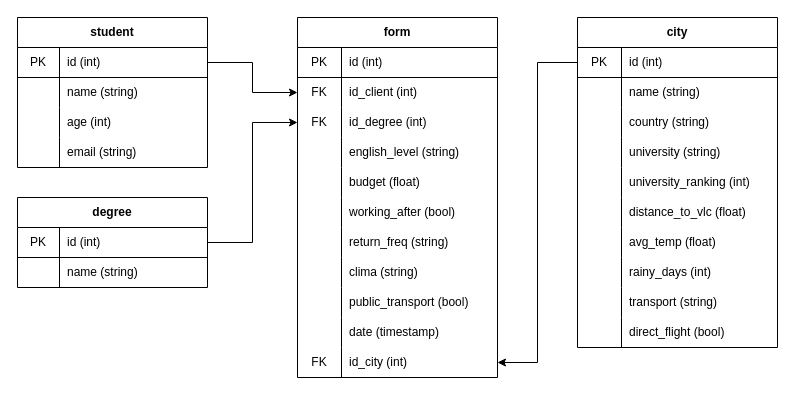
The draw.io diagram WakeTeam_db.drawio in viasmo1/edem-mda-DP1-wake, before the edit. Source tidied: cells renumbered, new cells numbered last; positions are measured from the earlier drawing's top-left corner, leaving out a move shared by most shapes. Both pictures are drawn from the tidied source at 100%, with x=0, y=0 at pixel (17, 17).
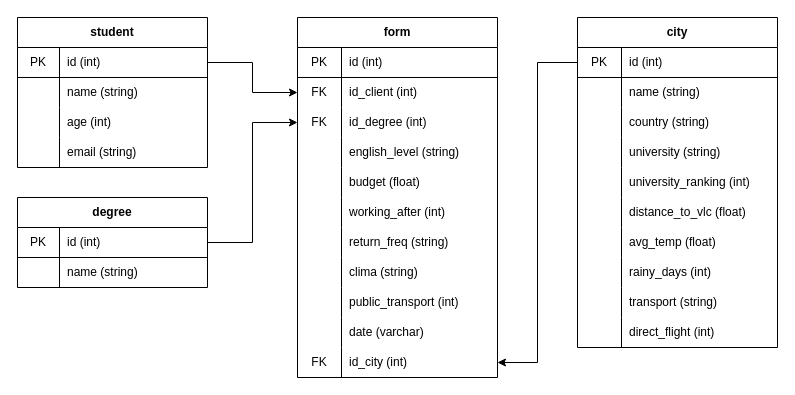
The same diagram, later.

Unchanged cells that the change refers to:
```xml
<mxCell id="43" style="shape=partialRectangle;html=1;whiteSpace=wrap;fillColor=none;top=0;left=0;bottom=0;right=0;" parent="15" vertex="1">
  <mxGeometry y="300" width="200" height="30" as="geometry" />
</mxCell>
<mxCell id="62" style="shape=partialRectangle;html=1;whiteSpace=wrap;fillColor=none;top=0;left=0;bottom=0;right=0;" parent="46" vertex="1">
  <mxGeometry y="180" width="200" height="30" as="geometry" />
</mxCell>
<mxCell id="71" style="shape=partialRectangle;html=1;whiteSpace=wrap;fillColor=none;top=0;left=0;bottom=0;right=0;" parent="46" vertex="1">
  <mxGeometry y="270" width="200" height="30" as="geometry" />
</mxCell>
<mxCell id="74" style="shape=partialRectangle;html=1;whiteSpace=wrap;fillColor=none;top=0;left=0;bottom=0;right=0;" parent="46" vertex="1">
  <mxGeometry y="300" width="200" height="30" as="geometry" />
</mxCell>
```

Diff of the diagram source:
```diff
@@
-    <mxCell id="45" value="direct_flight (bool)" style="shape=partialRectangle;html=1;whiteSpace=wrap;fillColor=none;top=0;left=0;bottom=0;right=0;align=left;spacingLeft=6;overflow=hidden;" parent="43" vertex="1">
+    <mxCell id="45" value="direct_flight (int)" style="shape=partialRectangle;html=1;whiteSpace=wrap;fillColor=none;top=0;left=0;bottom=0;right=0;align=left;spacingLeft=6;overflow=hidden;" parent="43" vertex="1">
       <mxGeometry x="44" width="156" height="30" as="geometry" />
     </mxCell>
@@
-    <mxCell id="64" value="working_after (bool)" style="shape=partialRectangle;html=1;whiteSpace=wrap;fillColor=none;top=0;left=0;bottom=0;right=0;align=left;spacingLeft=6;overflow=hidden;" parent="62" vertex="1">
+    <mxCell id="64" value="working_after (int)" style="shape=partialRectangle;html=1;whiteSpace=wrap;fillColor=none;top=0;left=0;bottom=0;right=0;align=left;spacingLeft=6;overflow=hidden;" parent="62" vertex="1">
       <mxGeometry x="44" width="156" height="30" as="geometry" />
     </mxCell>
@@
-    <mxCell id="73" value="public_transport (bool)" style="shape=partialRectangle;html=1;whiteSpace=wrap;fillColor=none;top=0;left=0;bottom=0;right=0;align=left;spacingLeft=6;overflow=hidden;" parent="71" vertex="1">
+    <mxCell id="73" value="public_transport (int)" style="shape=partialRectangle;html=1;whiteSpace=wrap;fillColor=none;top=0;left=0;bottom=0;right=0;align=left;spacingLeft=6;overflow=hidden;" parent="71" vertex="1">
       <mxGeometry x="44" width="156" height="30" as="geometry" />
     </mxCell>
@@
-    <mxCell id="76" value="date (timestamp)" style="shape=partialRectangle;html=1;whiteSpace=wrap;fillColor=none;top=0;left=0;bottom=0;right=0;align=left;spacingLeft=6;overflow=hidden;" parent="74" vertex="1">
+    <mxCell id="76" value="date (varchar)" style="shape=partialRectangle;html=1;whiteSpace=wrap;fillColor=none;top=0;left=0;bottom=0;right=0;align=left;spacingLeft=6;overflow=hidden;" parent="74" vertex="1">
       <mxGeometry x="44" width="156" height="30" as="geometry" />
     </mxCell>
```
